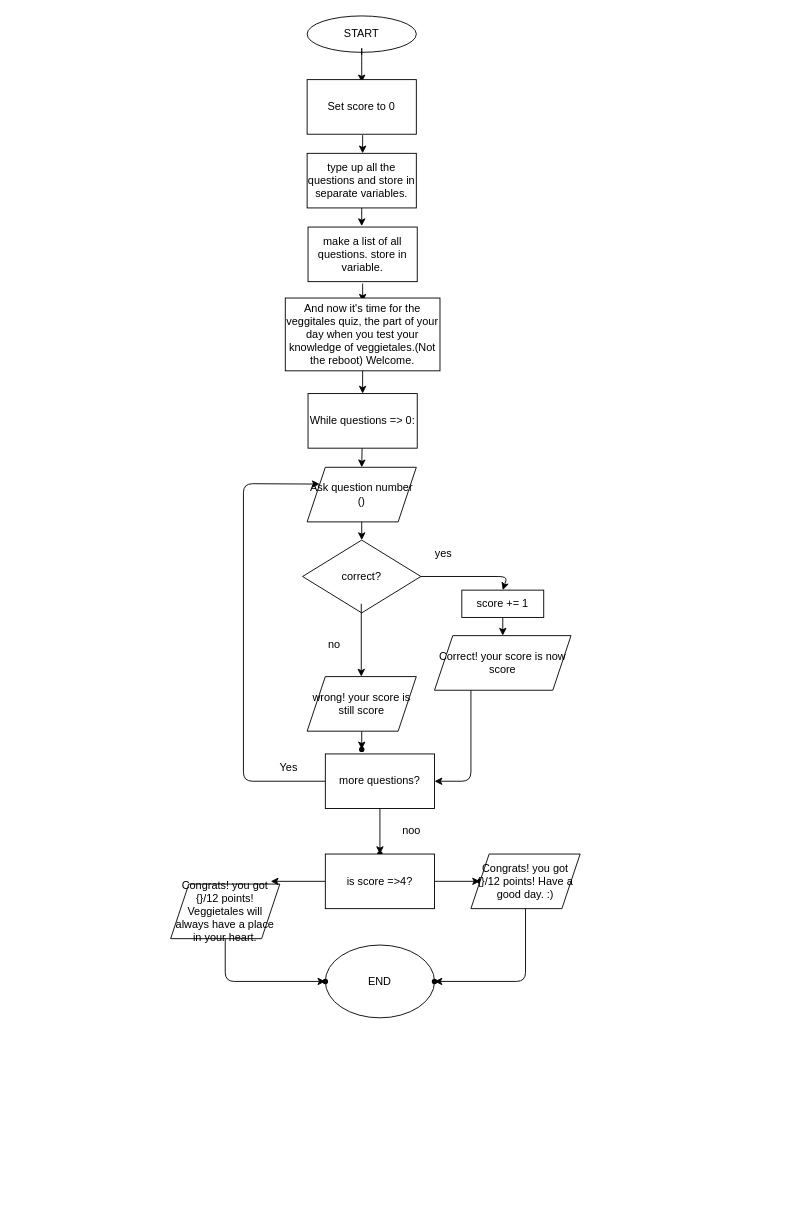
Earlier version of the draw.io diagram main/flowchart.drawio (ASDAH-Digtal/level-1-python-quiz-algre-din). Source tidied: cells renumbered, new cells numbered last; positions are measured from the earlier drawing's top-left corner, leaving out a move shared by most shapes. Both pictures are drawn from the tidied source at 91%, with x=0, y=0 at pixel (170, 15).
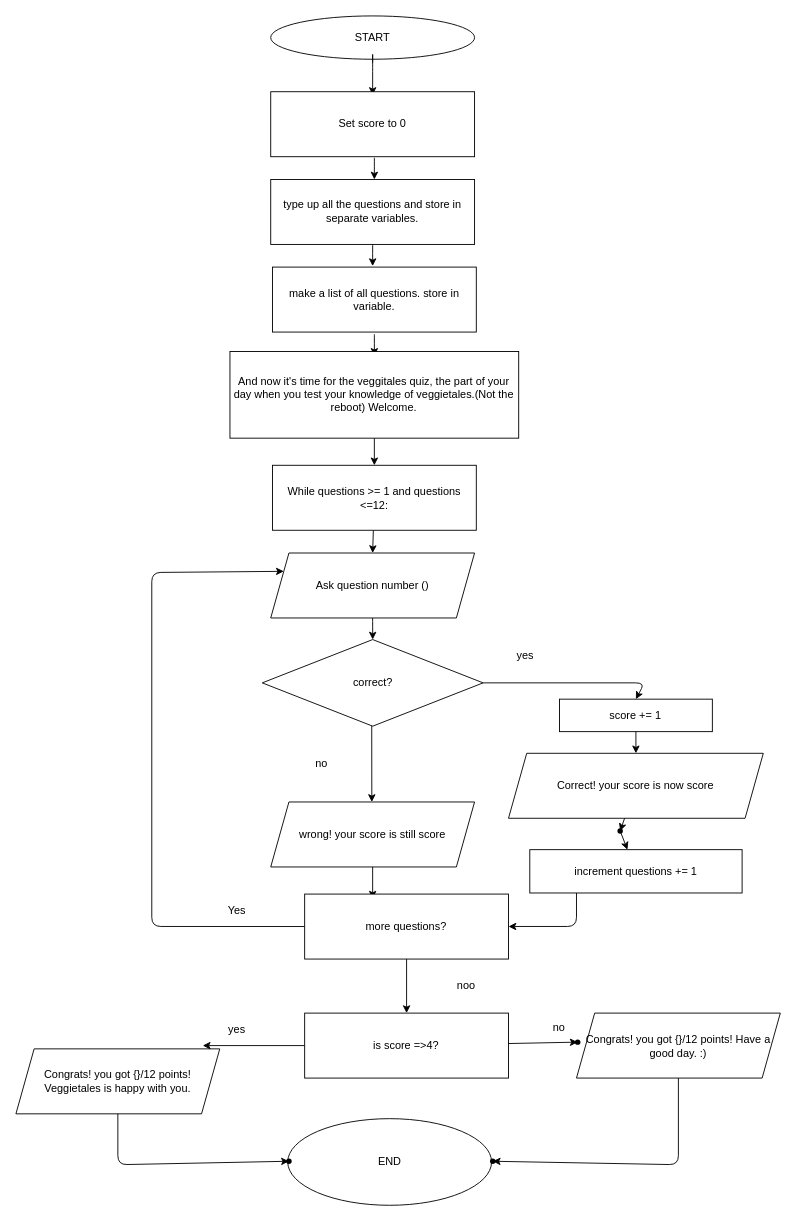
The same diagram, later.

Commit message:
final draft flowchart

The edit, as a diff of the source:
```diff
@@
     <mxCell id="2" value="Ask question number ()" style="shape=parallelogram;perimeter=parallelogramPerimeter;whiteSpace=wrap;html=1;fixedSize=1;" parent="1" vertex="1">
-      <mxGeometry x="150" y="496" width="120" height="60" as="geometry" />
+      <mxGeometry x="110" y="590.2" width="224" height="71.4" as="geometry" />
     </mxCell>
     <mxCell id="3" value="START" style="ellipse;whiteSpace=wrap;html=1;" parent="1" vertex="1">
-      <mxGeometry x="150" width="120" height="40" as="geometry" />
+      <mxGeometry x="110" width="224" height="47.6" as="geometry" />
     </mxCell>
     <mxCell id="4" value="END" style="ellipse;whiteSpace=wrap;html=1;" parent="1" vertex="1">
-      <mxGeometry x="170" y="1021" width="120" height="80" as="geometry" />
+      <mxGeometry x="128.7" y="1211.8" width="224" height="95.2" as="geometry" />
     </mxCell>
     <mxCell id="5" value="correct?" style="rhombus;whiteSpace=wrap;html=1;" parent="1" vertex="1">
-      <mxGeometry x="145" y="576" width="130" height="80" as="geometry" />
+      <mxGeometry x="100.7" y="685.3" width="242.7" height="95.2" as="geometry" />
     </mxCell>
     <mxCell id="6" style="endArrow=classic;html=1;entryX=0.5;entryY=0;entryDx=0;entryDy=0;" parent="1" edge="1">
       <mxGeometry relative="1" as="geometry">
-        <mxPoint x="210" y="43" as="sourcePoint" />
-        <mxPoint x="210" y="73" as="targetPoint" />
+        <mxPoint x="222" y="51.2" as="sourcePoint" />
+        <mxPoint x="222" y="86.9" as="targetPoint" />
         <Array as="points">
-          <mxPoint x="210" y="33" />
-          <mxPoint x="210" y="43" />
+          <mxPoint x="222" y="39.3" />
+          <mxPoint x="222" y="51.2" />
         </Array>
       </mxGeometry>
     </mxCell>
     <mxCell id="7" style="endArrow=classic;html=1;entryX=0.5;entryY=0;entryDx=0;entryDy=0;" parent="1" edge="1" source="2" target="5">
       <mxGeometry relative="1" as="geometry">
         <Array as="points">
-          <mxPoint x="210" y="558" />
+          <mxPoint x="222" y="663.9" />
         </Array>
       </mxGeometry>
     </mxCell>
     <mxCell id="8" value="yes" style="text;html=1;strokeColor=none;fillColor=none;align=center;verticalAlign=middle;whiteSpace=wrap;rounded=0;" parent="1" vertex="1">
-      <mxGeometry x="270" y="576" width="60" height="30" as="geometry" />
+      <mxGeometry x="334" y="685.3" width="112" height="35.7" as="geometry" />
     </mxCell>
     <mxCell id="9" style="edgeStyle=none;html=1;exitX=1;exitY=0.5;exitDx=0;exitDy=0;entryX=0.5;entryY=0;entryDx=0;entryDy=0;" parent="1" edge="1" source="5" target="14">
       <mxGeometry relative="1" as="geometry">
         <Array as="points">
-          <mxPoint x="370" y="616" />
+          <mxPoint x="520.7" y="732.9" />
         </Array>
       </mxGeometry>
     </mxCell>
     <mxCell id="10" value="Set score to 0" style="rounded=0;whiteSpace=wrap;html=1;" parent="1" vertex="1">
-      <mxGeometry x="150" y="70" width="120" height="60" as="geometry" />
+      <mxGeometry x="110" y="83.3" width="224" height="71.4" as="geometry" />
     </mxCell>
     <mxCell id="11" style="endArrow=classic;html=1;entryX=0.5;entryY=0;entryDx=0;entryDy=0;" parent="1" edge="1">
       <mxGeometry relative="1" as="geometry">
-        <mxPoint x="211" y="131" as="sourcePoint" />
-        <mxPoint x="211" y="151" as="targetPoint" />
+        <mxPoint x="223.9" y="155.9" as="sourcePoint" />
+        <mxPoint x="223.9" y="179.7" as="targetPoint" />
         <Array as="points">
-          <mxPoint x="211" y="133" />
+          <mxPoint x="223.9" y="158.2" />
         </Array>
       </mxGeometry>
     </mxCell>
     <mxCell id="12" value="no" style="text;html=1;strokeColor=none;fillColor=none;align=center;verticalAlign=middle;whiteSpace=wrap;rounded=0;" parent="1" vertex="1">
-      <mxGeometry x="150" y="676" width="60" height="30" as="geometry" />
+      <mxGeometry x="110" y="804.3" width="112" height="35.7" as="geometry" />
     </mxCell>
-    <mxCell id="13" style="edgeStyle=none;html=1;" parent="1" edge="1" source="14" target="24">
-      <mxGeometry relative="1" as="geometry" />
-    </mxCell>
     <mxCell id="14" value="score += 1" style="rounded=0;whiteSpace=wrap;html=1;" parent="1" vertex="1">
-      <mxGeometry x="320" y="631" width="90" height="30" as="geometry" />
+      <mxGeometry x="427.3" y="750.8" width="168" height="35.7" as="geometry" />
     </mxCell>
     <mxCell id="15" style="endArrow=classic;html=1;" parent="1" edge="1">
       <mxGeometry relative="1" as="geometry">
-        <mxPoint x="209.5" y="646" as="sourcePoint" />
-        <mxPoint x="209.5" y="726" as="targetPoint" />
+        <mxPoint x="221" y="780" as="sourcePoint" />
+        <mxPoint x="221.1" y="863.8" as="targetPoint" />
       </mxGeometry>
     </mxCell>
-    <mxCell id="16" style="edgeStyle=none;html=1;" parent="1" edge="1" source="17" target="23">
-      <mxGeometry relative="1" as="geometry" />
-    </mxCell>
     <mxCell id="17" value="wrong! your score is still score" style="shape=parallelogram;perimeter=parallelogramPerimeter;whiteSpace=wrap;html=1;fixedSize=1;" parent="1" vertex="1">
-      <mxGeometry x="150" y="726" width="120" height="60" as="geometry" />
+      <mxGeometry x="110" y="863.8" width="224" height="71.4" as="geometry" />
     </mxCell>
     <mxCell id="18" style="endArrow=classic;html=1;" parent="1" edge="1">
       <mxGeometry relative="1" as="geometry">
-        <mxPoint x="330" y="741" as="sourcePoint" />
-        <mxPoint x="290" y="841" as="targetPoint" />
+        <mxPoint x="446" y="963.8" as="sourcePoint" />
+        <mxPoint x="371.3" y="1000.6" as="targetPoint" />
         <Array as="points">
-          <mxPoint x="330" y="841" />
+          <mxPoint x="446" y="1000.6" />
         </Array>
       </mxGeometry>
     </mxCell>
     <mxCell id="19" value="type up all the questions and store in separate variables." style="rounded=0;whiteSpace=wrap;html=1;" parent="1" vertex="1">
-      <mxGeometry x="150" y="151" width="120" height="60" as="geometry" />
+      <mxGeometry x="110" y="179.7" width="224" height="71.4" as="geometry" />
     </mxCell>
     <mxCell id="20" style="endArrow=classic;html=1;entryX=0.5;entryY=0;entryDx=0;entryDy=0;" parent="1" edge="1">
       <mxGeometry relative="1" as="geometry">
-        <mxPoint x="211" y="294" as="sourcePoint" />
-        <mxPoint x="211" y="314" as="targetPoint" />
+        <mxPoint x="223.9" y="349.8" as="sourcePoint" />
+        <mxPoint x="223.9" y="373.6" as="targetPoint" />
         <Array as="points">
-          <mxPoint x="211" y="296" />
+          <mxPoint x="223.9" y="352.2" />
         </Array>
       </mxGeometry>
     </mxCell>
     <mxCell id="21" style="endArrow=classic;html=1;entryX=0.5;entryY=0;entryDx=0;entryDy=0;" parent="1" edge="1">
       <mxGeometry relative="1" as="geometry">
-        <mxPoint x="210" y="211" as="sourcePoint" />
-        <mxPoint x="210" y="231" as="targetPoint" />
+        <mxPoint x="222" y="251.1" as="sourcePoint" />
+        <mxPoint x="222" y="274.9" as="targetPoint" />
         <Array as="points">
-          <mxPoint x="210" y="213" />
+          <mxPoint x="222" y="253.4" />
         </Array>
       </mxGeometry>
     </mxCell>
     <mxCell id="22" value="make a list of all questions. store in variable." style="rounded=0;whiteSpace=wrap;html=1;" parent="1" vertex="1">
-      <mxGeometry x="151" y="232" width="120" height="60" as="geometry" />
+      <mxGeometry x="111.9" y="276" width="224" height="71.4" as="geometry" />
     </mxCell>
     <mxCell id="23" style="shape=waypoint;sketch=0;size=6;points=[];fillColor=default;perimeter=centerPerimeter;snapToPoint=1;" parent="1" vertex="1">
-      <mxGeometry x="190" y="786" width="40" height="40" as="geometry" />
+      <mxGeometry x="202" y="950" width="40" height="40" as="geometry" />
     </mxCell>
+    <mxCell id="16" style="edgeStyle=none;html=1;" parent="1" edge="1" source="17" target="23">
+      <mxGeometry relative="1" as="geometry" />
+    </mxCell>
     <mxCell id="24" value="Correct! your score is now score" style="shape=parallelogram;perimeter=parallelogramPerimeter;whiteSpace=wrap;html=1;fixedSize=1;" parent="1" vertex="1">
-      <mxGeometry x="290" y="681" width="150" height="60" as="geometry" />
+      <mxGeometry x="371.3" y="810.3" width="280" height="71.4" as="geometry" />
     </mxCell>
+    <mxCell id="13" style="edgeStyle=none;html=1;" parent="1" edge="1" source="14" target="24">
+      <mxGeometry relative="1" as="geometry" />
+    </mxCell>
@@
-    <mxCell id="26" value="While questions =&amp;gt; 0:" style="rounded=0;whiteSpace=wrap;html=1;" parent="1" vertex="1">
-      <mxGeometry x="151" y="415" width="120" height="60" as="geometry" />
+    <mxCell id="26" value="While questions &amp;gt;= 1 and questions &amp;lt;=12:" style="rounded=0;whiteSpace=wrap;html=1;" parent="1" vertex="1">
+      <mxGeometry x="111.9" y="493.8" width="224" height="71.4" as="geometry" />
     </mxCell>
     <mxCell id="27" style="edgeStyle=none;html=1;entryX=0;entryY=0.25;entryDx=0;entryDy=0;" parent="1" edge="1" source="29" target="2">
       <mxGeometry relative="1" as="geometry">
         <Array as="points">
-          <mxPoint x="80" y="841" />
-          <mxPoint x="80" y="514" />
+          <mxPoint x="-20.7" y="1000.6" />
+          <mxPoint x="-20.7" y="611.6" />
         </Array>
       </mxGeometry>
     </mxCell>
-    <mxCell id="28" style="edgeStyle=none;html=1;" parent="1" edge="1" source="29" target="31">
-      <mxGeometry relative="1" as="geometry" />
-    </mxCell>
     <mxCell id="29" value="more questions?" style="rounded=0;whiteSpace=wrap;html=1;" parent="1" vertex="1">
-      <mxGeometry x="170" y="811" width="120" height="60" as="geometry" />
+      <mxGeometry x="147.3" y="965" width="224" height="71.4" as="geometry" />
     </mxCell>
     <mxCell id="30" value="Yes" style="text;html=1;strokeColor=none;fillColor=none;align=center;verticalAlign=middle;whiteSpace=wrap;rounded=0;" parent="1" vertex="1">
-      <mxGeometry x="100" y="811" width="60" height="30" as="geometry" />
+      <mxGeometry x="16.7" y="965" width="112" height="35.7" as="geometry" />
     </mxCell>
-    <mxCell id="31" style="shape=waypoint;sketch=0;size=6;points=[];fillColor=default;perimeter=centerPerimeter;snapToPoint=1;rounded=0;" parent="1" vertex="1">
-      <mxGeometry x="210" y="901" width="40" height="40" as="geometry" />
-    </mxCell>
+    <mxCell id="28" style="edgeStyle=none;html=1;entryX=0.5;entryY=0;entryDx=0;entryDy=0;" parent="1" edge="1" source="29" target="37">
+      <mxGeometry relative="1" as="geometry" />
+    </mxCell>
     <mxCell id="32" value="noo" style="text;html=1;strokeColor=none;fillColor=none;align=center;verticalAlign=middle;whiteSpace=wrap;rounded=0;" parent="1" vertex="1">
-      <mxGeometry x="235" y="881" width="60" height="30" as="geometry" />
+      <mxGeometry x="268.7" y="1048.2" width="112" height="35.7" as="geometry" />
     </mxCell>
     <mxCell id="33" style="edgeStyle=none;html=1;" parent="1" edge="1" target="42">
       <mxGeometry relative="1" as="geometry">
-        <mxPoint x="60" y="981" as="sourcePoint" />
+        <mxPoint x="-58" y="1167.2" as="sourcePoint" />
         <Array as="points">
-          <mxPoint x="60" y="1061" />
+          <mxPoint x="-58" y="1262.4" />
         </Array>
       </mxGeometry>
     </mxCell>
-    <mxCell id="34" value="Congrats! you got {}/12 points! Veggietales will always have a place in your heart." style="shape=parallelogram;perimeter=parallelogramPerimeter;whiteSpace=wrap;html=1;fixedSize=1;" parent="1" vertex="1">
-      <mxGeometry y="954" width="120" height="60" as="geometry" />
+    <mxCell id="34" value="Congrats! you got {}/12 points! Veggietales is happy with you." style="shape=parallelogram;perimeter=parallelogramPerimeter;whiteSpace=wrap;html=1;fixedSize=1;" parent="1" vertex="1">
+      <mxGeometry x="-170" y="1135.1" width="224" height="71.4" as="geometry" />
     </mxCell>
-    <mxCell id="35" style="edgeStyle=none;html=1;" parent="1" edge="1" source="37" target="38">
-      <mxGeometry relative="1" as="geometry" />
-    </mxCell>
     <mxCell id="36" style="edgeStyle=none;html=1;" parent="1" edge="1" source="37">
       <mxGeometry relative="1" as="geometry">
-        <mxPoint x="110" y="951" as="targetPoint" />
+        <mxPoint x="35.3" y="1131.5" as="targetPoint" />
       </mxGeometry>
     </mxCell>
     <mxCell id="37" value="is score =&amp;gt;4?" style="rounded=0;whiteSpace=wrap;html=1;" parent="1" vertex="1">
-      <mxGeometry x="170" y="921" width="120" height="60" as="geometry" />
+      <mxGeometry x="147.3" y="1095.8" width="224" height="71.4" as="geometry" />
     </mxCell>
     <mxCell id="38" style="shape=waypoint;sketch=0;size=6;points=[];fillColor=default;perimeter=centerPerimeter;snapToPoint=1;rounded=0;" parent="1" vertex="1">
-      <mxGeometry x="320" y="931" width="40" height="40" as="geometry" />
+      <mxGeometry x="427.3" y="1107.7" width="40" height="40" as="geometry" />
     </mxCell>
-    <mxCell id="39" style="edgeStyle=none;html=1;" parent="1" edge="1" source="40" target="41">
-      <mxGeometry relative="1" as="geometry">
-        <Array as="points">
-          <mxPoint x="390" y="1061" />
-        </Array>
-      </mxGeometry>
-    </mxCell>
+    <mxCell id="35" style="edgeStyle=none;html=1;" parent="1" edge="1" source="37" target="38">
+      <mxGeometry relative="1" as="geometry" />
+    </mxCell>
     <mxCell id="40" value="Congrats! you got {}/12 points! Have a good day. :)" style="shape=parallelogram;perimeter=parallelogramPerimeter;whiteSpace=wrap;html=1;fixedSize=1;" parent="1" vertex="1">
-      <mxGeometry x="330" y="921" width="120" height="60" as="geometry" />
+      <mxGeometry x="446" y="1095.8" width="224" height="71.4" as="geometry" />
     </mxCell>
     <mxCell id="41" style="shape=waypoint;sketch=0;size=6;points=[];fillColor=default;perimeter=centerPerimeter;snapToPoint=1;" parent="1" vertex="1">
-      <mxGeometry x="270" y="1041" width="40" height="40" as="geometry" />
+      <mxGeometry x="334" y="1238.6" width="40" height="40" as="geometry" />
     </mxCell>
+    <mxCell id="39" style="edgeStyle=none;html=1;" parent="1" edge="1" source="40" target="41">
+      <mxGeometry relative="1" as="geometry">
+        <Array as="points">
+          <mxPoint x="558" y="1262.4" />
+        </Array>
+      </mxGeometry>
+    </mxCell>
     <mxCell id="42" style="shape=waypoint;sketch=0;size=6;points=[];fillColor=default;perimeter=centerPerimeter;snapToPoint=1;" parent="1" vertex="1">
-      <mxGeometry x="150" y="1041" width="40" height="40" as="geometry" />
+      <mxGeometry x="110" y="1238.6" width="40" height="40" as="geometry" />
     </mxCell>
@@
     <mxCell id="44" value="And now it's time for the veggitales quiz, the part of your day when you test your knowledge of veggietales.(Not the reboot) Welcome." style="rounded=0;whiteSpace=wrap;html=1;" parent="1" vertex="1">
-      <mxGeometry x="126" y="310" width="170" height="80" as="geometry" />
+      <mxGeometry x="65.2" y="368.8" width="317.3" height="95.2" as="geometry" />
     </mxCell>
+    <mxCell id="45" style="shape=waypoint;sketch=0;size=6;points=[];fillColor=default;perimeter=centerPerimeter;snapToPoint=1;" parent="1" vertex="1">
+      <mxGeometry x="474" y="875.7" width="40" height="40" as="geometry" />
+    </mxCell>
+    <mxCell id="46" style="edgeStyle=none;html=1;" parent="1" edge="1" source="24" target="45">
+      <mxGeometry relative="1" as="geometry" />
+    </mxCell>
+    <mxCell id="47" value="increment questions += 1" style="whiteSpace=wrap;html=1;sketch=0;" parent="1" vertex="1">
+      <mxGeometry x="394.7" y="916.2" width="233.3" height="47.6" as="geometry" />
+    </mxCell>
+    <mxCell id="48" style="edgeStyle=none;html=1;" parent="1" edge="1" source="45" target="47">
+      <mxGeometry relative="1" as="geometry" />
+    </mxCell>
+    <mxCell id="49" value="no" style="text;html=1;strokeColor=none;fillColor=none;align=center;verticalAlign=middle;whiteSpace=wrap;rounded=0;" parent="1" vertex="1">
+      <mxGeometry x="371.3" y="1094.6" width="112" height="35.7" as="geometry" />
+    </mxCell>
+    <mxCell id="50" value="yes" style="text;html=1;strokeColor=none;fillColor=none;align=center;verticalAlign=middle;whiteSpace=wrap;rounded=0;" parent="1" vertex="1">
+      <mxGeometry x="16.7" y="1095.8" width="112" height="35.7" as="geometry" />
+    </mxCell>
```
